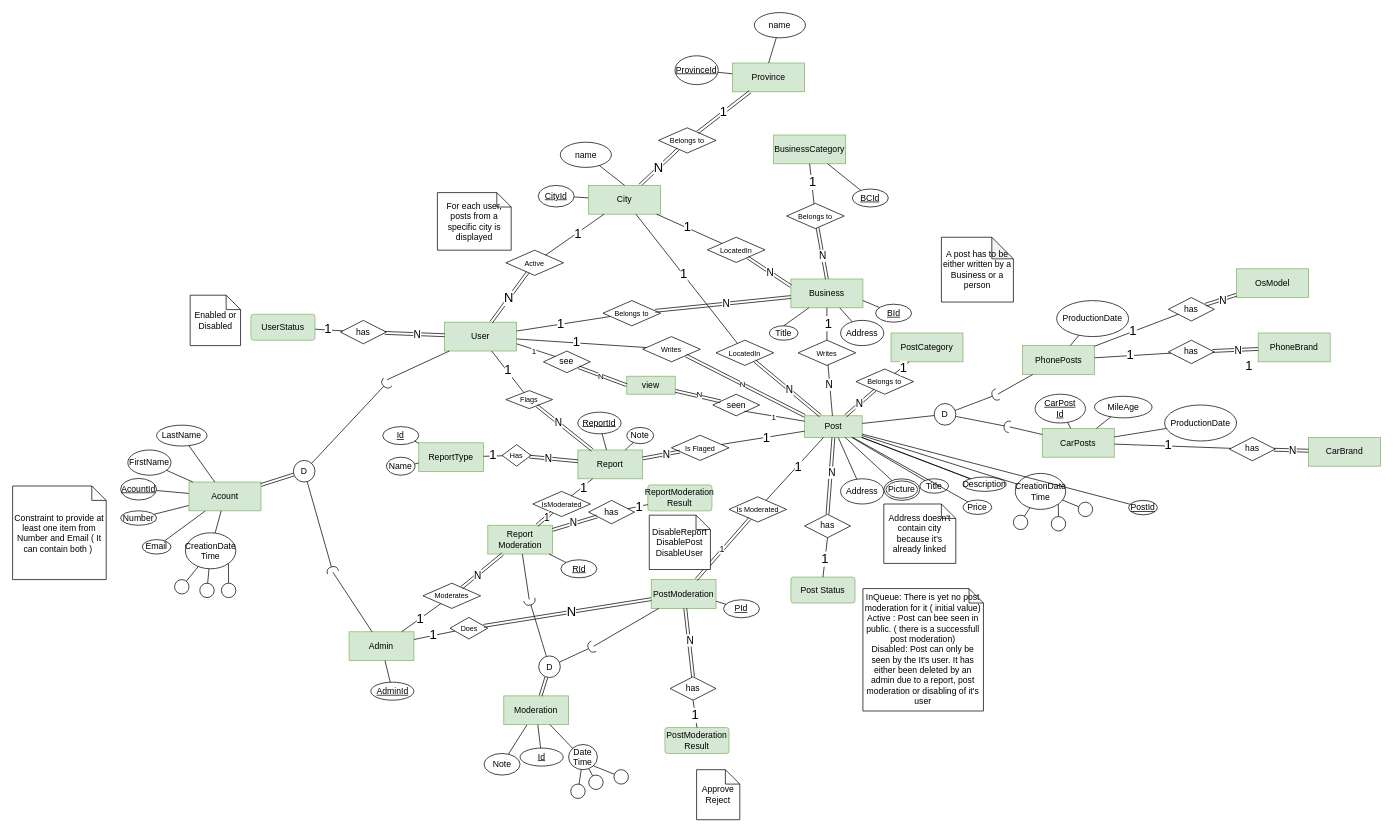
The draw.io diagram Project.drawio in khebrati/HamsellDatabase, before the edit. Source tidied: cells renumbered, new cells numbered last; positions are measured from the earlier drawing's top-left corner, leaving out a move shared by most shapes. Both pictures are drawn from the tidied source at 72%, with x=0, y=0 at pixel (12, 12).
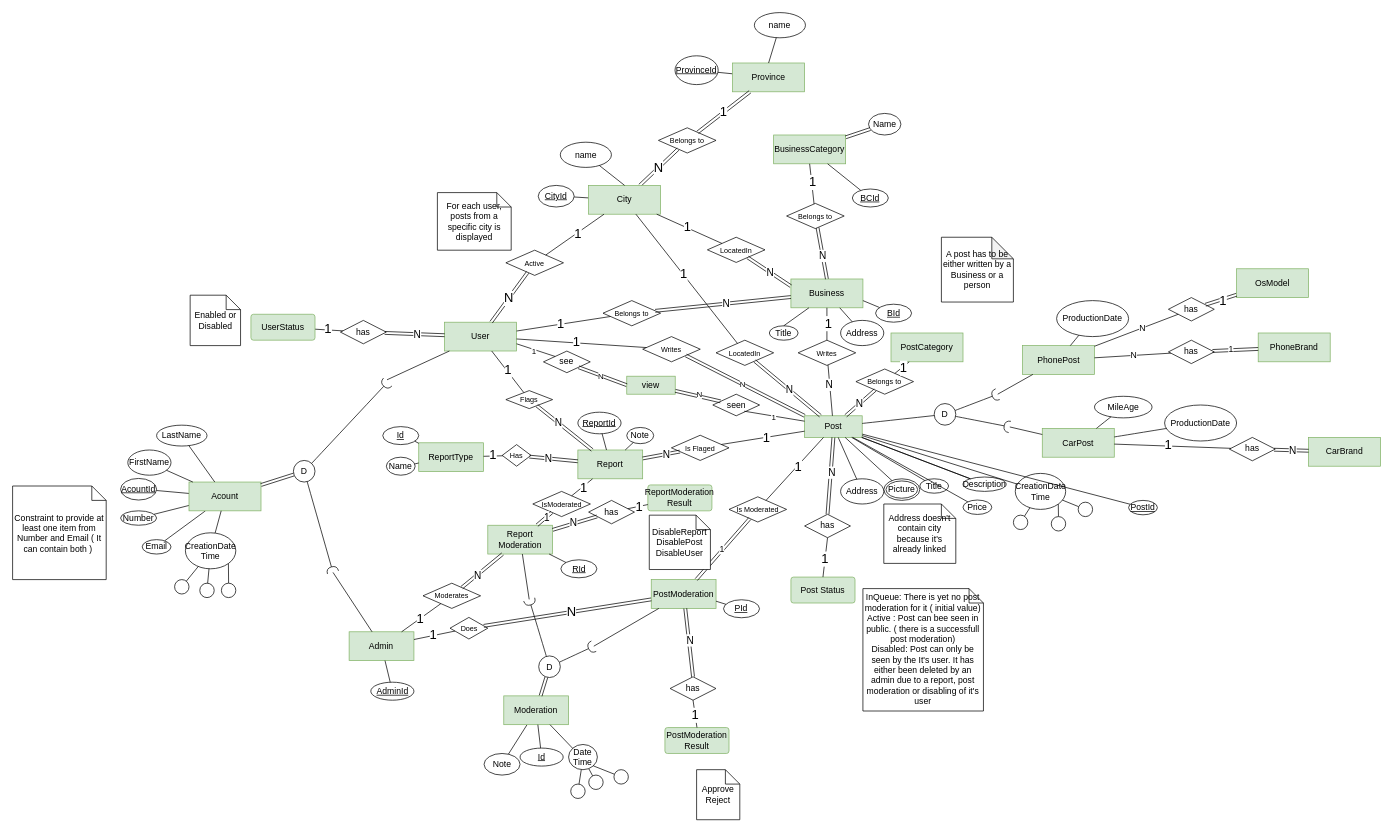
The same page after the edit.

The change refers to these unchanged cells:
```xml
<mxCell id="86" value="PostModeration" style="whiteSpace=wrap;html=1;align=center;fillColor=#d5e8d4;strokeColor=#82b366;" parent="1" vertex="1">
  <mxGeometry x="887" y="787.5" width="90" height="40" as="geometry" />
</mxCell>
<mxCell id="87" value="&lt;font style=&quot;font-size: 10px;&quot;&gt;Does&lt;/font&gt;" style="shape=rhombus;perimeter=rhombusPerimeter;whiteSpace=wrap;html=1;align=center;" parent="1" vertex="1">
  <mxGeometry x="607.5" y="840" width="52.5" height="30" as="geometry" />
</mxCell>
<mxCell id="221" value="BusinessCategory" style="whiteSpace=wrap;html=1;align=center;fillColor=#d5e8d4;strokeColor=#82b366;" parent="1" vertex="1">
  <mxGeometry x="1057" y="170" width="100" height="40" as="geometry" />
</mxCell>
<mxCell id="278" style="shape=link;html=1;rounded=0;" parent="1" edge="1" source="276" target="277">
  <mxGeometry relative="1" as="geometry" />
</mxCell>
<mxCell id="280" style="endArrow=none;html=1;rounded=0;" parent="1" edge="1" source="277" target="270">
  <mxGeometry relative="1" as="geometry" />
</mxCell>
<mxCell id="284" style="shape=link;html=1;rounded=0;" parent="1" edge="1" source="282" target="283">
  <mxGeometry relative="1" as="geometry" />
</mxCell>
<mxCell id="286" style="endArrow=none;html=1;rounded=0;" parent="1" edge="1" source="283" target="270">
  <mxGeometry relative="1" as="geometry" />
</mxCell>
```

Diff of the diagram source:
```diff
@@
-    <mxCell id="88" style="shape=link;html=1;rounded=0;" parent="1" edge="1" source="86" target="87">
-      <mxGeometry relative="1" as="geometry" />
+    <mxCell id="88" style="shape=link;html=1;rounded=0;" parent="1" edge="1" target="87">
+      <mxGeometry relative="1" as="geometry">
+        <mxPoint x="887" y="815" as="sourcePoint" />
+      </mxGeometry>
     </mxCell>
@@
-    <mxCell id="258" value="CarPosts" style="whiteSpace=wrap;html=1;align=center;fillColor=#d5e8d4;strokeColor=#82b366;" parent="1" vertex="1">
+    <mxCell id="258" value="CarPost" style="whiteSpace=wrap;html=1;align=center;fillColor=#d5e8d4;strokeColor=#82b366;" parent="1" vertex="1">
       <mxGeometry x="1430.1" y="577.5" width="100" height="40" as="geometry" />
     </mxCell>
@@
-    <mxCell id="264" value="CarPost&lt;div&gt;Id&lt;/div&gt;" style="ellipse;whiteSpace=wrap;html=1;align=center;fontStyle=4;" parent="1" vertex="1">
-      <mxGeometry x="1420.1" y="530" width="70" height="40" as="geometry" />
-    </mxCell>
-    <mxCell id="265" style="endArrow=none;html=1;rounded=0;" parent="1" edge="1" source="258" target="264">
-      <mxGeometry relative="1" as="geometry" />
-    </mxCell>
@@
-    <mxCell id="270" value="PhonePosts" style="whiteSpace=wrap;html=1;align=center;fillColor=#d5e8d4;strokeColor=#82b366;" parent="1" vertex="1">
+    <mxCell id="270" value="PhonePost" style="whiteSpace=wrap;html=1;align=center;fillColor=#d5e8d4;strokeColor=#82b366;" parent="1" vertex="1">
       <mxGeometry x="1402.6" y="462.5" width="100" height="40" as="geometry" />
     </mxCell>
@@
-    <mxCell id="279" value="&lt;font style=&quot;font-size: 14px;&quot;&gt;N&lt;/font&gt;" style="edgeLabel;html=1;align=center;verticalAlign=middle;" parent="278" vertex="1">
-      <mxGeometry x="-0.08" y="1" relative="1" as="geometry" />
-    </mxCell>
+    <mxCell id="295" value="1" style="edgeLabel;html=1;align=center;verticalAlign=middle;fontSize=12;" parent="278" vertex="1">
+      <mxGeometry x="0.2" y="-1" relative="1" as="geometry" />
+    </mxCell>
@@
-    <mxCell id="281" value="&lt;font style=&quot;font-size: 18px;&quot;&gt;1&lt;/font&gt;" style="edgeLabel;html=1;align=center;verticalAlign=middle;" parent="280" vertex="1">
-      <mxGeometry x="0.08" y="-1" relative="1" as="geometry" />
-    </mxCell>
+    <mxCell id="296" value="N" style="edgeLabel;html=1;align=center;verticalAlign=middle;fontSize=12;" parent="280" vertex="1">
+      <mxGeometry x="-0.02" y="-1" relative="1" as="geometry" />
+    </mxCell>
@@
-    <mxCell id="285" value="&lt;font style=&quot;font-size: 14px;&quot;&gt;N&lt;/font&gt;" style="edgeLabel;html=1;align=center;verticalAlign=middle;" parent="284" vertex="1">
-      <mxGeometry x="-0.08" y="1" relative="1" as="geometry" />
-    </mxCell>
@@
     <mxCell id="287" value="&lt;font style=&quot;font-size: 18px;&quot;&gt;1&lt;/font&gt;" style="edgeLabel;html=1;align=center;verticalAlign=middle;" parent="286" vertex="1">
-      <mxGeometry x="0.08" y="-1" relative="1" as="geometry" />
+      <mxGeometry x="0.08" y="-1" relative="1" as="geometry">
+        <mxPoint x="125" y="-42" as="offset" />
+      </mxGeometry>
     </mxCell>
+    <mxCell id="297" value="N" style="edgeLabel;html=1;align=center;verticalAlign=middle;fontSize=12;" parent="286" vertex="1">
+      <mxGeometry x="-0.13" relative="1" as="geometry" />
+    </mxCell>
@@
-    <mxCell id="294" value="&lt;font style=&quot;font-size: 18px;&quot;&gt;1&lt;/font&gt;" style="edgeLabel;html=1;align=center;verticalAlign=middle;" parent="1" vertex="1">
-      <mxGeometry x="1716.5" y="490" as="geometry" />
-    </mxCell>
+    <mxCell id="298" value="Name" style="ellipse;whiteSpace=wrap;html=1;" parent="1" vertex="1">
+      <mxGeometry x="1188.8" y="140" width="45" height="30" as="geometry" />
+    </mxCell>
+    <mxCell id="299" style="shape=link;html=1;rounded=0;fontSize=12;startSize=8;endSize=8;curved=1;" parent="1" edge="1" source="221" target="298">
+      <mxGeometry relative="1" as="geometry" />
+    </mxCell>
```
